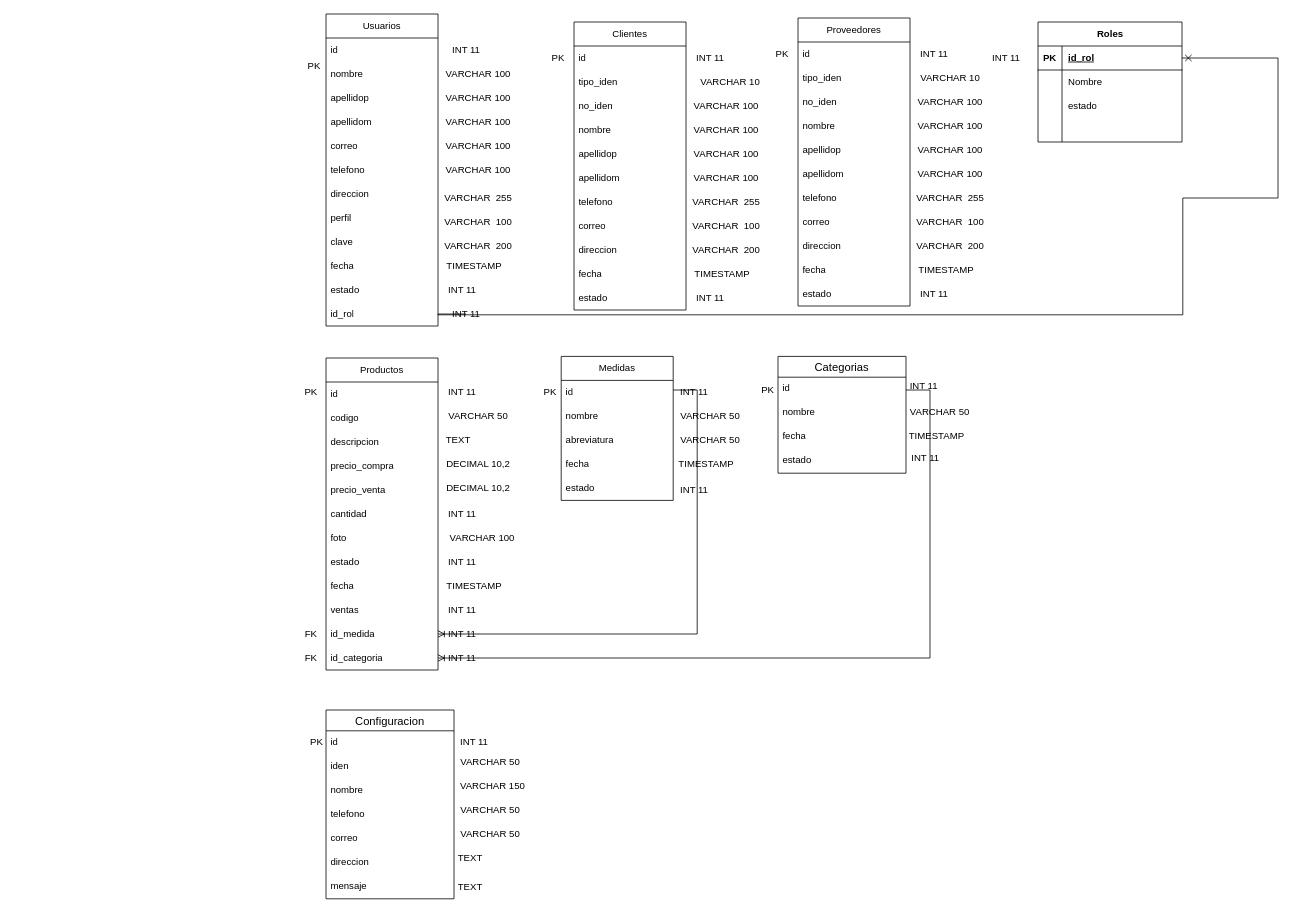
Memo231823/ProyectoP keeps this draw.io diagram as page "Modelo- RE" (3 of 3) of Proyecto_Desarrollo.drawio. Above is the earlier version. Source tidied: cells renumbered, new cells numbered last; positions are measured from the earlier drawing's top-left corner, leaving out a move shared by most shapes. Both pictures are drawn from the tidied source at 80%, with x=0, y=0 at pixel (294, 14).
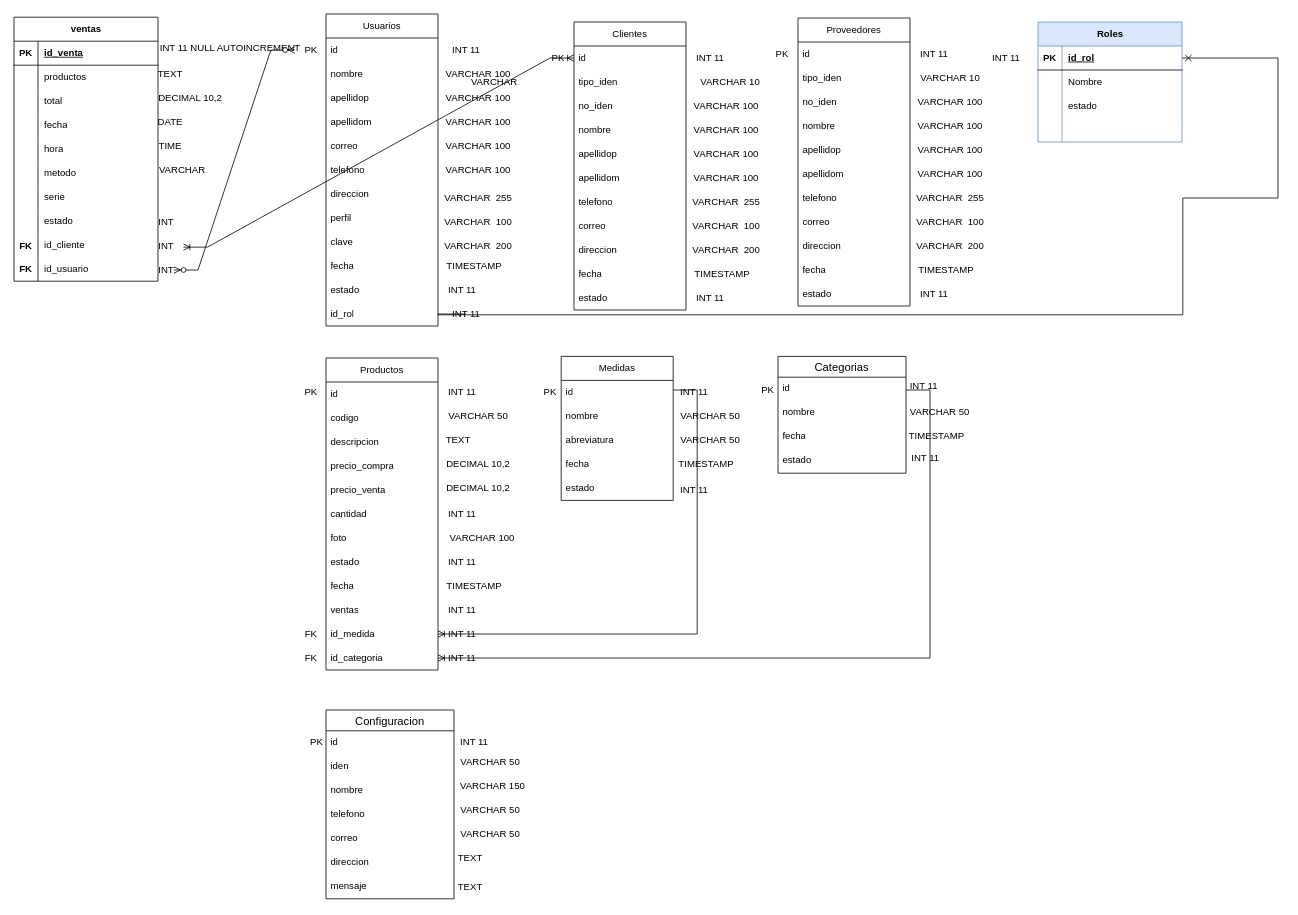
The same diagram, later.

The change refers to these unchanged cells:
```xml
<mxCell id="28" value="id" style="text;strokeColor=none;fillColor=none;align=left;verticalAlign=middle;spacingLeft=4;spacingRight=4;overflow=hidden;points=[[0,0.5],[1,0.5]];portConstraint=eastwest;whiteSpace=wrap;html=1;" parent="27" vertex="1">
  <mxGeometry y="30" width="140" height="30" as="geometry" />
</mxCell>
```

Change to the diagram source:
```diff
@@
     <mxCell id="15" value="PK" style="text;html=1;align=center;verticalAlign=middle;points=[];strokeColor=none;fillColor=none;" parent="1" vertex="1">
-      <mxGeometry x="4" y="50" width="40" height="30" as="geometry" />
+      <mxGeometry y="30" width="40" height="30" as="geometry" />
     </mxCell>
@@
-    <mxCell id="143" value="Roles" style="shape=table;startSize=30;childLayout=tableLayout;rowLines=0;fontStyle=1;align=center;html=1;" parent="1" vertex="1">
+    <mxCell id="143" value="Roles" style="shape=table;startSize=30;childLayout=tableLayout;rowLines=0;fontStyle=1;align=center;html=1;fillColor=#dae8fc;strokeColor=#6c8ebf;" parent="1" vertex="1">
       <mxGeometry x="929" y="10" width="180" height="150" as="geometry" />
     </mxCell>
@@
+    <mxCell id="159" value="ventas" style="shape=table;startSize=30;childLayout=tableLayout;rowLines=0;fontStyle=1;align=center;html=1;" parent="1" vertex="1">
+      <mxGeometry x="-351" y="4" width="180" height="330" as="geometry" />
+    </mxCell>
+    <mxCell id="160" style="shape=tableRow;horizontal=0;startSize=0;swimlaneHead=0;swimlaneBody=0;fillColor=none;top=0;left=0;right=0;bottom=1;" parent="159" vertex="1">
+      <mxGeometry y="30" width="180" height="30" as="geometry" />
+    </mxCell>
+    <mxCell id="161" value="PK" style="shape=partialRectangle;fillColor=none;top=0;left=0;bottom=0;right=0;fontStyle=1;overflow=hidden;whiteSpace=wrap;html=1;" parent="160" vertex="1">
+      <mxGeometry width="30" height="30" as="geometry" />
+    </mxCell>
+    <mxCell id="162" value="id_venta" style="shape=partialRectangle;fillColor=none;top=0;left=0;bottom=0;right=0;align=left;spacingLeft=6;fontStyle=5;overflow=hidden;whiteSpace=wrap;html=1;" parent="160" vertex="1">
+      <mxGeometry x="30" width="150" height="30" as="geometry" />
+    </mxCell>
+    <mxCell id="163" style="shape=tableRow;horizontal=0;startSize=0;swimlaneHead=0;swimlaneBody=0;fillColor=none;top=0;left=0;right=0;bottom=0;" parent="159" vertex="1">
+      <mxGeometry y="60" width="180" height="30" as="geometry" />
+    </mxCell>
+    <mxCell id="164" style="shape=partialRectangle;fillColor=none;top=0;left=0;bottom=0;right=0;overflow=hidden;whiteSpace=wrap;html=1;" parent="163" vertex="1">
+      <mxGeometry width="30" height="30" as="geometry" />
+    </mxCell>
+    <mxCell id="165" value="productos" style="shape=partialRectangle;fillColor=none;top=0;left=0;bottom=0;right=0;align=left;spacingLeft=6;overflow=hidden;whiteSpace=wrap;html=1;" parent="163" vertex="1">
+      <mxGeometry x="30" width="150" height="30" as="geometry" />
+    </mxCell>
+    <mxCell id="166" style="shape=tableRow;horizontal=0;startSize=0;swimlaneHead=0;swimlaneBody=0;fillColor=none;top=0;left=0;right=0;bottom=0;" parent="159" vertex="1">
+      <mxGeometry y="90" width="180" height="30" as="geometry" />
+    </mxCell>
+    <mxCell id="167" style="shape=partialRectangle;fillColor=none;top=0;left=0;bottom=0;right=0;overflow=hidden;whiteSpace=wrap;html=1;" parent="166" vertex="1">
+      <mxGeometry width="30" height="30" as="geometry" />
+    </mxCell>
+    <mxCell id="168" value="total" style="shape=partialRectangle;fillColor=none;top=0;left=0;bottom=0;right=0;align=left;spacingLeft=6;overflow=hidden;whiteSpace=wrap;html=1;" parent="166" vertex="1">
+      <mxGeometry x="30" width="150" height="30" as="geometry" />
+    </mxCell>
+    <mxCell id="169" style="shape=tableRow;horizontal=0;startSize=0;swimlaneHead=0;swimlaneBody=0;fillColor=none;top=0;left=0;right=0;bottom=0;" parent="159" vertex="1">
+      <mxGeometry y="120" width="180" height="30" as="geometry" />
+    </mxCell>
+    <mxCell id="170" style="shape=partialRectangle;fillColor=none;top=0;left=0;bottom=0;right=0;overflow=hidden;whiteSpace=wrap;html=1;" parent="169" vertex="1">
+      <mxGeometry width="30" height="30" as="geometry" />
+    </mxCell>
+    <mxCell id="171" value="fecha" style="shape=partialRectangle;fillColor=none;top=0;left=0;bottom=0;right=0;align=left;spacingLeft=6;overflow=hidden;whiteSpace=wrap;html=1;" parent="169" vertex="1">
+      <mxGeometry x="30" width="150" height="30" as="geometry" />
+    </mxCell>
+    <mxCell id="172" style="shape=tableRow;horizontal=0;startSize=0;swimlaneHead=0;swimlaneBody=0;fillColor=none;top=0;left=0;right=0;bottom=0;" parent="159" vertex="1">
+      <mxGeometry y="150" width="180" height="30" as="geometry" />
+    </mxCell>
+    <mxCell id="173" style="shape=partialRectangle;fillColor=none;top=0;left=0;bottom=0;right=0;overflow=hidden;whiteSpace=wrap;html=1;" parent="172" vertex="1">
+      <mxGeometry width="30" height="30" as="geometry" />
+    </mxCell>
+    <mxCell id="174" value="hora" style="shape=partialRectangle;fillColor=none;top=0;left=0;bottom=0;right=0;align=left;spacingLeft=6;overflow=hidden;whiteSpace=wrap;html=1;" parent="172" vertex="1">
+      <mxGeometry x="30" width="150" height="30" as="geometry" />
+    </mxCell>
+    <mxCell id="175" style="shape=tableRow;horizontal=0;startSize=0;swimlaneHead=0;swimlaneBody=0;fillColor=none;top=0;left=0;right=0;bottom=0;" parent="159" vertex="1">
+      <mxGeometry y="180" width="180" height="30" as="geometry" />
+    </mxCell>
+    <mxCell id="176" style="shape=partialRectangle;fillColor=none;top=0;left=0;bottom=0;right=0;overflow=hidden;whiteSpace=wrap;html=1;" parent="175" vertex="1">
+      <mxGeometry width="30" height="30" as="geometry" />
+    </mxCell>
+    <mxCell id="177" value="metodo" style="shape=partialRectangle;fillColor=none;top=0;left=0;bottom=0;right=0;align=left;spacingLeft=6;overflow=hidden;whiteSpace=wrap;html=1;" parent="175" vertex="1">
+      <mxGeometry x="30" width="150" height="30" as="geometry" />
+    </mxCell>
+    <mxCell id="178" style="shape=tableRow;horizontal=0;startSize=0;swimlaneHead=0;swimlaneBody=0;fillColor=none;top=0;left=0;right=0;bottom=0;" parent="159" vertex="1">
+      <mxGeometry y="210" width="180" height="30" as="geometry" />
+    </mxCell>
+    <mxCell id="179" style="shape=partialRectangle;fillColor=none;top=0;left=0;bottom=0;right=0;overflow=hidden;whiteSpace=wrap;html=1;" parent="178" vertex="1">
+      <mxGeometry width="30" height="30" as="geometry" />
+    </mxCell>
+    <mxCell id="180" value="serie" style="shape=partialRectangle;fillColor=none;top=0;left=0;bottom=0;right=0;align=left;spacingLeft=6;overflow=hidden;whiteSpace=wrap;html=1;" parent="178" vertex="1">
+      <mxGeometry x="30" width="150" height="30" as="geometry" />
+    </mxCell>
+    <mxCell id="181" style="shape=tableRow;horizontal=0;startSize=0;swimlaneHead=0;swimlaneBody=0;fillColor=none;top=0;left=0;right=0;bottom=0;" parent="159" vertex="1">
+      <mxGeometry y="240" width="180" height="30" as="geometry" />
+    </mxCell>
+    <mxCell id="182" style="shape=partialRectangle;fillColor=none;top=0;left=0;bottom=0;right=0;overflow=hidden;whiteSpace=wrap;html=1;" parent="181" vertex="1">
+      <mxGeometry width="30" height="30" as="geometry" />
+    </mxCell>
+    <mxCell id="183" value="estado" style="shape=partialRectangle;fillColor=none;top=0;left=0;bottom=0;right=0;align=left;spacingLeft=6;overflow=hidden;whiteSpace=wrap;html=1;" parent="181" vertex="1">
+      <mxGeometry x="30" width="150" height="30" as="geometry" />
+    </mxCell>
+    <mxCell id="184" style="shape=tableRow;horizontal=0;startSize=0;swimlaneHead=0;swimlaneBody=0;fillColor=none;top=0;left=0;right=0;bottom=0;" parent="159" vertex="1">
+      <mxGeometry y="270" width="180" height="30" as="geometry" />
+    </mxCell>
+    <mxCell id="185" style="shape=partialRectangle;fillColor=none;top=0;left=0;bottom=0;right=0;overflow=hidden;whiteSpace=wrap;html=1;" parent="184" vertex="1">
+      <mxGeometry width="30" height="30" as="geometry" />
+    </mxCell>
+    <mxCell id="186" value="id_cliente" style="shape=partialRectangle;fillColor=none;top=0;left=0;bottom=0;right=0;align=left;spacingLeft=6;overflow=hidden;whiteSpace=wrap;html=1;" parent="184" vertex="1">
+      <mxGeometry x="30" width="150" height="30" as="geometry" />
+    </mxCell>
+    <mxCell id="187" style="shape=tableRow;horizontal=0;startSize=0;swimlaneHead=0;swimlaneBody=0;fillColor=none;top=0;left=0;right=0;bottom=0;" parent="159" vertex="1">
+      <mxGeometry y="300" width="180" height="30" as="geometry" />
+    </mxCell>
+    <mxCell id="188" style="shape=partialRectangle;fillColor=none;top=0;left=0;bottom=0;right=0;overflow=hidden;whiteSpace=wrap;html=1;" parent="187" vertex="1">
+      <mxGeometry width="30" height="30" as="geometry" />
+    </mxCell>
+    <mxCell id="189" value="id_usuario" style="shape=partialRectangle;fillColor=none;top=0;left=0;bottom=0;right=0;align=left;spacingLeft=6;overflow=hidden;whiteSpace=wrap;html=1;" parent="187" vertex="1">
+      <mxGeometry x="30" width="150" height="30" as="geometry" />
+    </mxCell>
+    <mxCell id="190" value="INT 11 NULL AUTOINCREMENT" style="text;html=1;align=center;verticalAlign=middle;strokeColor=none;fillColor=none;" parent="1" vertex="1">
+      <mxGeometry x="-181" y="28" width="200" height="30" as="geometry" />
+    </mxCell>
+    <mxCell id="191" value="TEXT" style="text;html=1;align=center;verticalAlign=middle;strokeColor=none;fillColor=none;" parent="1" vertex="1">
+      <mxGeometry x="-181" y="60" width="50" height="30" as="geometry" />
+    </mxCell>
+    <mxCell id="192" value="DECIMAL 10,2" style="text;html=1;align=center;verticalAlign=middle;strokeColor=none;fillColor=none;" parent="1" vertex="1">
+      <mxGeometry x="-181" y="90" width="100" height="30" as="geometry" />
+    </mxCell>
+    <mxCell id="193" value="DATE" style="text;html=1;align=center;verticalAlign=middle;strokeColor=none;fillColor=none;" parent="1" vertex="1">
+      <mxGeometry x="-181" y="120" width="50" height="30" as="geometry" />
+    </mxCell>
+    <mxCell id="194" value="TIME" style="text;html=1;align=center;verticalAlign=middle;strokeColor=none;fillColor=none;" parent="1" vertex="1">
+      <mxGeometry x="-181" y="150" width="50" height="30" as="geometry" />
+    </mxCell>
+    <mxCell id="195" value="VARCHAR" style="text;html=1;align=center;verticalAlign=middle;strokeColor=none;fillColor=none;" parent="1" vertex="1">
+      <mxGeometry x="-181" y="180" width="80" height="30" as="geometry" />
+    </mxCell>
+    <mxCell id="196" value="VARCHAR" style="text;html=1;align=center;verticalAlign=middle;strokeColor=none;fillColor=none;" parent="1" vertex="1">
+      <mxGeometry x="209" y="70" width="80" height="30" as="geometry" />
+    </mxCell>
+    <mxCell id="197" value="INT" style="text;html=1;align=center;verticalAlign=middle;strokeColor=none;fillColor=none;" parent="1" vertex="1">
+      <mxGeometry x="-181" y="245" width="40" height="30" as="geometry" />
+    </mxCell>
+    <mxCell id="198" value="INT" style="text;html=1;align=center;verticalAlign=middle;points=[];strokeColor=none;fillColor=none;" parent="1" vertex="1">
+      <mxGeometry x="-181" y="275" width="40" height="30" as="geometry" />
+    </mxCell>
+    <mxCell id="199" value="INT" style="text;html=1;align=center;verticalAlign=middle;strokeColor=none;fillColor=none;" parent="1" vertex="1">
+      <mxGeometry x="-181" y="305" width="40" height="30" as="geometry" />
+    </mxCell>
+    <mxCell id="200" value="FK" style="shape=partialRectangle;fillColor=none;top=0;left=0;bottom=0;right=0;fontStyle=1;overflow=hidden;whiteSpace=wrap;html=1;" parent="1" vertex="1">
+      <mxGeometry x="-351" y="275" width="30" height="30" as="geometry" />
+    </mxCell>
+    <mxCell id="201" value="FK" style="shape=partialRectangle;fillColor=none;top=0;left=0;bottom=0;right=0;fontStyle=1;overflow=hidden;whiteSpace=wrap;html=1;" parent="1" vertex="1">
+      <mxGeometry x="-351" y="304" width="30" height="30" as="geometry" />
+    </mxCell>
+    <mxCell id="202" style="edgeStyle=entityRelationEdgeStyle;fontSize=12;html=1;endArrow=ERzeroToMany;endFill=1;startArrow=ERzeroToMany;rounded=0;" parent="1" edge="1" target="15">
+      <mxGeometry relative="1" as="geometry">
+        <mxPoint x="-151" y="320" as="sourcePoint" />
+      </mxGeometry>
+    </mxCell>
+    <mxCell id="203" style="edgeStyle=entityRelationEdgeStyle;fontSize=12;html=1;endArrow=ERoneToMany;startArrow=ERoneToMany;rounded=0;exitX=1.045;exitY=0.547;exitDx=0;exitDy=0;exitPerimeter=0;" parent="1" edge="1" source="198" target="28">
+      <mxGeometry relative="1" as="geometry">
+        <Array as="points">
+          <mxPoint x="239" y="440" />
+          <mxPoint x="-71" y="291" />
+          <mxPoint x="127.4" y="231.4" />
+          <mxPoint x="117.4" y="201.4" />
+          <mxPoint x="330" y="240" />
+          <mxPoint x="309" y="150" />
+        </Array>
+      </mxGeometry>
+    </mxCell>
```
